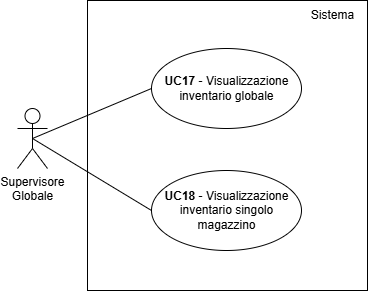
Earlier version of the draw.io export documents/rtb/assets/UC17.png (teamcodealchemists/docs). Source tidied: cells renumbered, new cells last; positions are measured from the earlier drawing's top-left corner, leaving out a move shared by most shapes.
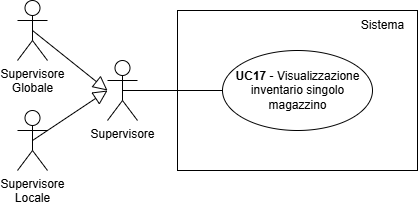
Later version of the same file.

What changed in the source:
```diff
@@ -1,33 +1,40 @@
 <mxGraphModel>
   <root>
-    <mxCell id="0" />
-    <mxCell id="1" parent="0" />
+    <mxCell id="11" />
+    <mxCell id="12" parent="11" />
+    <mxCell id="13" style="rounded=0;whiteSpace=wrap;html=1;" parent="12" vertex="1">
+      <mxGeometry x="230" y="120" width="240" height="160" as="geometry" />
+    </mxCell>
+    <mxCell id="9" value="Sistema" style="text;html=1;align=center;verticalAlign=middle;strokeColor=none;fillColor=none;" parent="12" vertex="1">
+      <mxGeometry x="400" y="120" width="70" height="30" as="geometry" />
+    </mxCell>
+    <mxCell id="14" style="ellipse;whiteSpace=wrap;html=1;fontStyle=1;" parent="12" vertex="1">
+      <mxGeometry x="275" y="160" width="150" height="80" as="geometry" />
+    </mxCell>
+    <mxCell id="15" value="&lt;b&gt;UC17&amp;nbsp;&lt;/b&gt;- Visualizzazione&lt;div&gt;inventario&amp;nbsp;&lt;span style=&quot;background-color: transparent; color: light-dark(rgb(0, 0, 0), rgb(255, 255, 255));&quot;&gt;singolo&lt;/span&gt;&lt;/div&gt;&lt;div&gt;&lt;span style=&quot;background-color: transparent; color: light-dark(rgb(0, 0, 0), rgb(255, 255, 255));&quot;&gt;magazzino&lt;/span&gt;&lt;/div&gt;" style="text;html=1;align=center;verticalAlign=middle;strokeColor=none;fillColor=none;" parent="12" vertex="1">
+      <mxGeometry x="275" y="170" width="150" height="60" as="geometry" />
+    </mxCell>
+    <mxCell id="16" style="endArrow=none;html=1;rounded=0;entryX=0;entryY=0.5;entryDx=0;entryDy=0;exitX=0.5;exitY=0.5;exitDx=0;exitDy=0;exitPerimeter=0;" parent="12" edge="1" source="17" target="14">
+      <mxGeometry relative="1" as="geometry" />
+    </mxCell>
+    <mxCell id="17" value="Supervisore" style="shape=umlActor;verticalLabelPosition=bottom;verticalAlign=top;html=1;outlineConnect=0;" parent="12" vertex="1">
+      <mxGeometry x="160" y="170" width="30" height="60" as="geometry" />
+    </mxCell>
-    <mxCell id="2" value="Supervisore&lt;div&gt;Globale&lt;/div&gt;" style="shape=umlActor;verticalLabelPosition=bottom;verticalAlign=top;html=1;outlineConnect=0;" parent="1" vertex="1">
-      <mxGeometry y="108" width="30" height="60" as="geometry" />
+    <mxCell id="2" value="Supervisore&lt;div&gt;Globale&lt;/div&gt;" style="shape=umlActor;verticalLabelPosition=bottom;verticalAlign=top;html=1;outlineConnect=0;" parent="12" vertex="1">
+      <mxGeometry x="70" y="110" width="30" height="60" as="geometry" />
     </mxCell>
-    <mxCell id="3" style="rounded=0;whiteSpace=wrap;html=1;" parent="1" vertex="1">
-      <mxGeometry x="70" width="280" height="290" as="geometry" />
-    </mxCell>
-    <mxCell id="4" style="ellipse;whiteSpace=wrap;html=1;fontStyle=1;" parent="1" vertex="1">
-      <mxGeometry x="134" y="48" width="150" height="80" as="geometry" />
-    </mxCell>
-    <mxCell id="5" value="&lt;b&gt;UC17&amp;nbsp;&lt;/b&gt;- Visualizzazione&lt;div&gt;inventario globale&lt;/div&gt;" style="text;html=1;align=center;verticalAlign=middle;strokeColor=none;fillColor=none;" parent="1" vertex="1">
-      <mxGeometry x="134" y="68" width="150" height="40" as="geometry" />
-    </mxCell>
-    <mxCell id="6" style="endArrow=none;html=1;rounded=0;entryX=0;entryY=0.5;entryDx=0;entryDy=0;exitX=0.5;exitY=0.5;exitDx=0;exitDy=0;exitPerimeter=0;" parent="1" edge="1" source="2" target="4">
-      <mxGeometry relative="1" as="geometry" />
-    </mxCell>
-    <mxCell id="7" style="ellipse;whiteSpace=wrap;html=1;fontStyle=1;" parent="1" vertex="1">
-      <mxGeometry x="134" y="170" width="150" height="80" as="geometry" />
-    </mxCell>
-    <mxCell id="8" value="&lt;b&gt;UC18&amp;nbsp;&lt;/b&gt;- Visualizzazione&lt;div&gt;inventario&amp;nbsp;&lt;span style=&quot;background-color: transparent; color: light-dark(rgb(0, 0, 0), rgb(255, 255, 255));&quot;&gt;singolo&lt;/span&gt;&lt;/div&gt;&lt;div&gt;&lt;span style=&quot;background-color: transparent; color: light-dark(rgb(0, 0, 0), rgb(255, 255, 255));&quot;&gt;magazzino&lt;/span&gt;&lt;/div&gt;" style="text;html=1;align=center;verticalAlign=middle;strokeColor=none;fillColor=none;" parent="1" vertex="1">
-      <mxGeometry x="134" y="180" width="150" height="60" as="geometry" />
-    </mxCell>
-    <mxCell id="9" value="Sistema" style="text;html=1;align=center;verticalAlign=middle;strokeColor=none;fillColor=none;" parent="1" vertex="1">
-      <mxGeometry x="280" width="70" height="30" as="geometry" />
-    </mxCell>
-    <mxCell id="10" style="endArrow=none;html=1;rounded=0;exitX=0.5;exitY=0.5;exitDx=0;exitDy=0;exitPerimeter=0;entryX=0;entryY=0.5;entryDx=0;entryDy=0;" parent="1" edge="1" source="2" target="7">
-      <mxGeometry relative="1" as="geometry" />
-    </mxCell>
+    <mxCell id="18" value="Supervisore&lt;div&gt;Locale&lt;/div&gt;" style="shape=umlActor;verticalLabelPosition=bottom;verticalAlign=top;html=1;outlineConnect=0;" parent="12" vertex="1">
+      <mxGeometry x="70" y="220" width="30" height="60" as="geometry" />
+    </mxCell>
+    <mxCell id="19" style="endArrow=block;html=1;rounded=0;exitX=0.5;exitY=0.5;exitDx=0;exitDy=0;exitPerimeter=0;endFill=0;endSize=12;" parent="12" edge="1" source="2">
+      <mxGeometry relative="1" as="geometry">
+        <mxPoint x="160" y="200" as="targetPoint" />
+      </mxGeometry>
+    </mxCell>
+    <mxCell id="20" style="endArrow=block;html=1;rounded=0;exitX=0.5;exitY=0.5;exitDx=0;exitDy=0;exitPerimeter=0;endFill=0;endSize=12;" parent="12" edge="1" source="18">
+      <mxGeometry relative="1" as="geometry">
+        <mxPoint x="160" y="200" as="targetPoint" />
+      </mxGeometry>
+    </mxCell>
   </root>
 </mxGraphModel>
```
